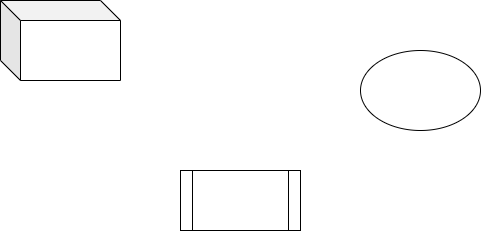
This is mytest.drawio.png from PengliuIBM/AI-For-Beginners, a draw.io export, as it was before one commit. Source tidied: cells renumbered, new cells last; positions are measured from the earlier drawing's top-left corner, leaving out a move shared by most shapes.
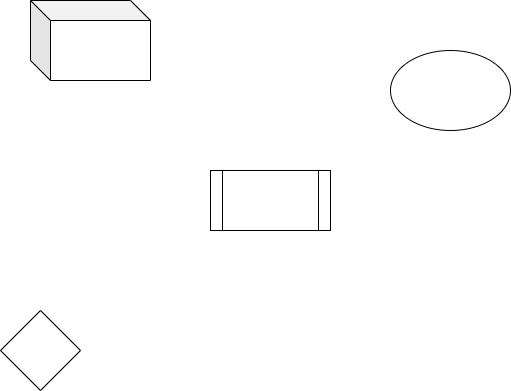
The same file after the commit.

Diff of the diagram source:
```diff
@@ -11,5 +11,8 @@
     <mxCell id="4" style="ellipse;whiteSpace=wrap;html=1;" parent="1" vertex="1">
       <mxGeometry x="360" y="50" width="120" height="80" as="geometry" />
     </mxCell>
+    <mxCell id="5" style="rhombus;whiteSpace=wrap;html=1;" parent="1" vertex="1">
+      <mxGeometry x="-30" y="310" width="80" height="80" as="geometry" />
+    </mxCell>
   </root>
 </mxGraphModel>
```
